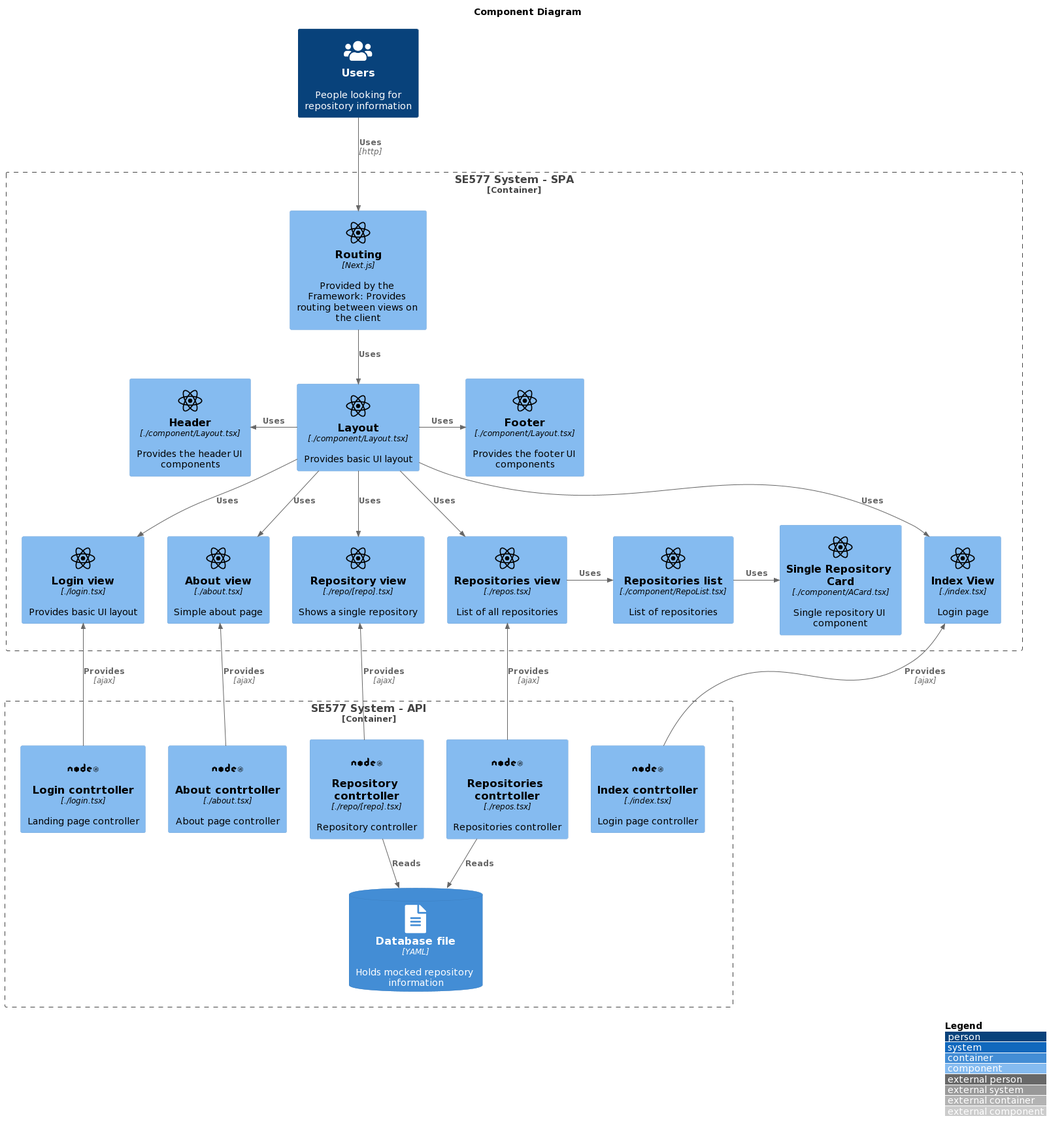
This is arch/c4_component.png from derjust/se577, a PlantUML export, as it was before one commit.
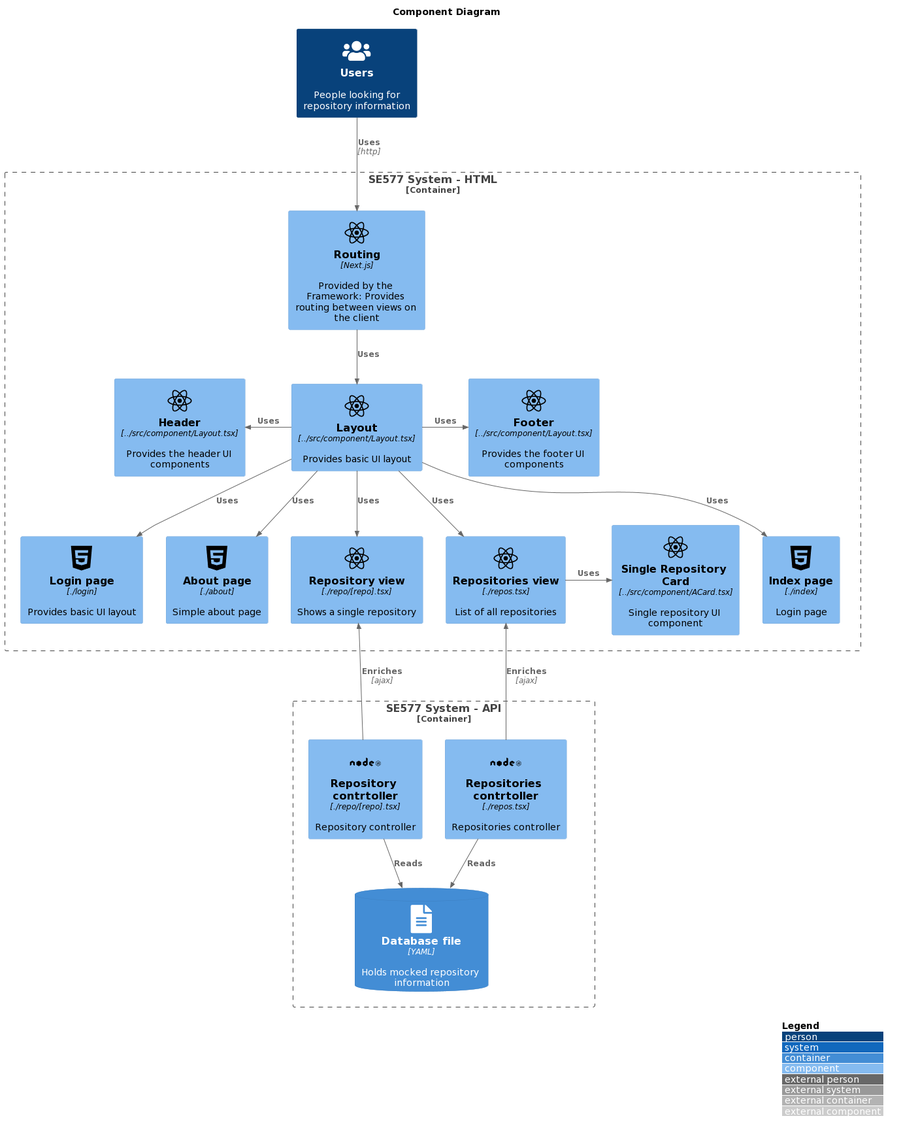
Above is the later version.

Diff of the diagram source:
```diff
@@ -10,29 +10,27 @@
 !include FONTAWESOME/file_alt.puml
 !include FONTAWESOME/users.puml
 !include FONTAWESOME/github.puml
+!include FONTAWESOME/html5.puml
+
 
 LAYOUT_WITH_LEGEND()
 
 Person(user, "Users", "People looking for repository information", $sprite="users")
-Container_Boundary(spa, "SE577 System - SPA") {
+Container_Boundary(spa, "SE577 System - HTML") {
 	Component(routing, "Routing", "Next.js", "Provided by the Framework: Provides routing between views on the client", $sprite="react")
-	Component(layout, "Layout", "./component/Layout.tsx", "Provides basic UI layout", $sprite="react")
-	Component(header, "Header", "./component/Layout.tsx", "Provides the header UI components", $sprite="react")
-	Component(footer, "Footer", "./component/Layout.tsx", "Provides the footer UI components", $sprite="react")
-	Component(loginView, "Login view", "./login.tsx", "Provides basic UI layout", $sprite="react")
-	Component(indexView, "Index View", "./index.tsx", "Login page", $sprite="react")
-	Component(aboutView, "About view", "./about.tsx", "Simple about page", $sprite="react")
+	Component(layout, "Layout", "../src/component/Layout.tsx", "Provides basic UI layout", $sprite="react")
+	Component(header, "Header", "../src/component/Layout.tsx", "Provides the header UI components", $sprite="react")
+	Component(footer, "Footer", "../src/component/Layout.tsx", "Provides the footer UI components", $sprite="react")
+	Component(loginView, "Login page", "./login", "Provides basic UI layout", $sprite="html5")
+	Component(indexView, "Index page", "./index", "Login page", $sprite="html5")
+	Component(aboutView, "About page", "./about", "Simple about page", $sprite="html5")
 	Component(reposView, "Repositories view", "./repos.tsx", "List of all repositories", $sprite="react")
-	Component(repoListComponent, "Repositories list", "./component/RepoList.tsx", "List of repositories", $sprite="react")
-	Component(repoComponent, "Single Repository Card", "./component/ACard.tsx", "Single repository UI component", $sprite="react")
+	Component(repoComponent, "Single Repository Card", "../src/component/ACard.tsx", "Single repository UI component", $sprite="react")
 	Component(repoView, "Repository view", "./repo/[repo].tsx", "Shows a single repository", $sprite="react")
 
 }
 
 Container_Boundary(nodejs, "SE577 System - API") {
-	Component(loginController, "Login contrtoller", "./login.tsx", "Landing page controller", $sprite="nodejs")
-	Component(indexController, "Index contrtoller", "./index.tsx", "Login page controller", $sprite="nodejs")
-	Component(aboutController, "About contrtoller", "./about.tsx", "About page controller", $sprite="nodejs")
 	Component(reposController, "Repositories contrtoller", "./repos.tsx", "Repositories controller", $sprite="nodejs")
 	Component(repoController, "Repository contrtoller", "./repo/[repo].tsx", "Repository controller", $sprite="nodejs")
 
@@ -49,26 +47,19 @@
 Rel(layout, aboutView, "Uses")
 Rel(layout, repoView, "Uses")
 Rel(layout, reposView, "Uses")
-Rel_R(reposView, repoListComponent, "Uses")
-Rel_R(repoListComponent, repoComponent, "Uses")
+Rel_R(reposView, repoComponent, "Uses")
 
 Lay_R(indexView, loginView)
 Lay_R(loginView, aboutView)
 Lay_R(aboutView, repoView)
 Lay_R(repoView, reposView)
 
-Rel_U(indexController, indexView, "Provides", "ajax")
-Rel_U(loginController, loginView, "Provides", "ajax")
-Rel_U(aboutController, aboutView, "Provides", "ajax")
-Rel_U(reposController, reposView, "Provides", "ajax")
-Rel_U(repoController, repoView, "Provides", "ajax")
+
+Rel_U(reposController, reposView, "Enriches", "ajax")
+Rel_U(repoController, repoView, "Enriches", "ajax")
 Rel_D(reposController, db, "Reads")
 Rel_D(repoController, db, "Reads")
 
-
-Lay_R(indexController, loginController)
-Lay_R(loginController, aboutController)
-Lay_R(aboutController, repoController)
 Lay_R(repoController, reposController)
 
 Lay_D(spa, nodejs)
```
